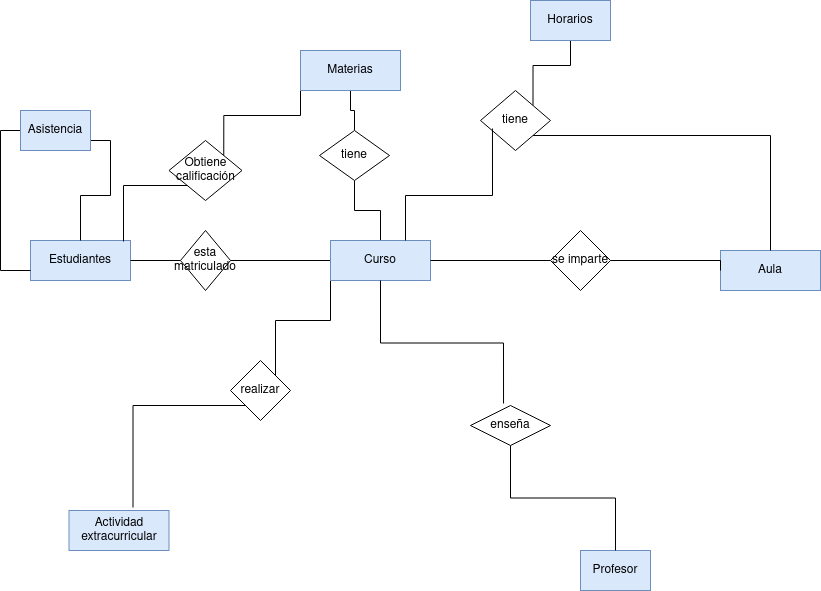
CRhernandez1/base-datos keeps this draw.io diagram as Unidad-1/Tareas/Tareas entregables - Tarea 1/Tarea entregable - 1.drawio.png. Above is the earlier version. Source tidied: cells renumbered, new cells last; positions are measured from the earlier drawing's top-left corner, leaving out a move shared by most shapes.
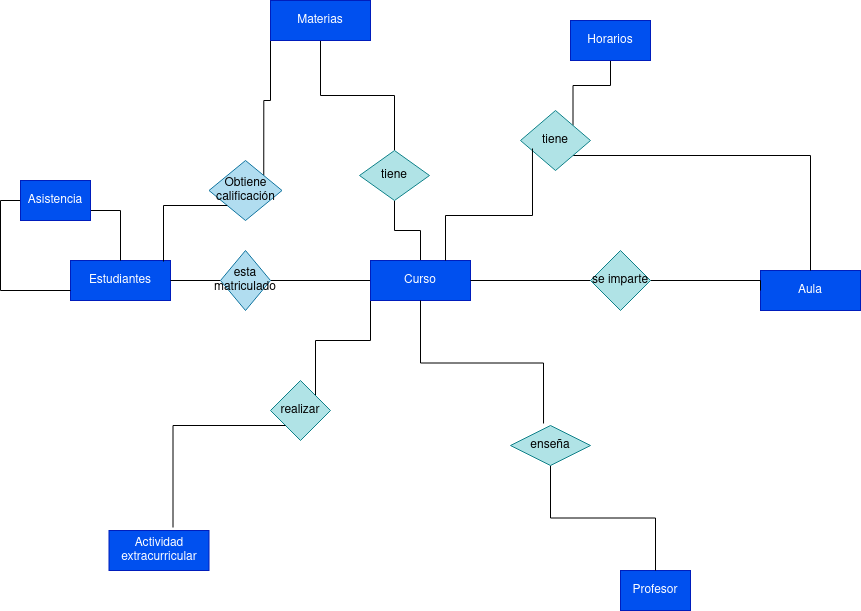
Above is the later version.

Diff of the diagram source:
```diff
@@ -11,40 +11,40 @@
     <mxCell id="4" style="edgeStyle=orthogonalEdgeStyle;rounded=0;jettySize=auto;html=1;exitX=0;exitY=1;exitDx=0;exitDy=0;entryX=1;entryY=0;entryDx=0;entryDy=0;endArrow=none;endFill=0;" parent="1" edge="1" source="5" target="30">
       <mxGeometry relative="1" as="geometry" />
     </mxCell>
-    <mxCell id="5" value="Curso" style="whiteSpace=wrap;html=1;align=center;fillColor=#dae8fc;strokeColor=#6c8ebf;" parent="1" vertex="1">
+    <mxCell id="5" value="Curso" style="whiteSpace=wrap;html=1;align=center;fillColor=#0050ef;strokeColor=#001DBC;fontColor=#ffffff;" parent="1" vertex="1">
       <mxGeometry x="310" y="240" width="100" height="40" as="geometry" />
     </mxCell>
-    <mxCell id="6" value="Estudiantes" style="whiteSpace=wrap;html=1;align=center;fillColor=#dae8fc;strokeColor=#6c8ebf;" parent="1" vertex="1">
+    <mxCell id="6" value="Estudiantes" style="whiteSpace=wrap;html=1;align=center;fillColor=#0050ef;strokeColor=#001DBC;fontColor=#ffffff;" parent="1" vertex="1">
       <mxGeometry x="10" y="240" width="100" height="40" as="geometry" />
     </mxCell>
     <mxCell id="7" style="edgeStyle=orthogonalEdgeStyle;rounded=0;jettySize=auto;html=1;exitX=0;exitY=0.5;exitDx=0;exitDy=0;entryX=1;entryY=0.5;entryDx=0;entryDy=0;endArrow=none;endFill=0;" parent="1" edge="1" source="8" target="6">
       <mxGeometry relative="1" as="geometry" />
     </mxCell>
-    <mxCell id="8" value="esta matriculado" style="shape=rhombus;perimeter=rhombusPerimeter;whiteSpace=wrap;html=1;align=center;" parent="1" vertex="1">
+    <mxCell id="8" value="esta matriculado" style="shape=rhombus;perimeter=rhombusPerimeter;whiteSpace=wrap;html=1;align=center;fillColor=#b1ddf0;strokeColor=#10739e;" parent="1" vertex="1">
       <mxGeometry x="160" y="230" width="50" height="60" as="geometry" />
     </mxCell>
-    <mxCell id="9" value="&lt;div&gt;Profesor&lt;/div&gt;" style="whiteSpace=wrap;html=1;align=center;fillColor=#dae8fc;strokeColor=#6c8ebf;" parent="1" vertex="1">
+    <mxCell id="9" value="&lt;div&gt;Profesor&lt;/div&gt;" style="whiteSpace=wrap;html=1;align=center;fillColor=#0050ef;strokeColor=#001DBC;fontColor=#ffffff;" parent="1" vertex="1">
       <mxGeometry x="560" y="550" width="70" height="40" as="geometry" />
     </mxCell>
     <mxCell id="10" style="edgeStyle=orthogonalEdgeStyle;rounded=0;jettySize=auto;html=1;exitX=0.5;exitY=1;exitDx=0;exitDy=0;entryX=0.5;entryY=0;entryDx=0;entryDy=0;endArrow=none;endFill=0;" parent="1" edge="1" source="11" target="9">
       <mxGeometry relative="1" as="geometry" />
     </mxCell>
-    <mxCell id="11" value="enseña" style="shape=rhombus;perimeter=rhombusPerimeter;whiteSpace=wrap;html=1;align=center;" parent="1" vertex="1">
+    <mxCell id="11" value="enseña" style="shape=rhombus;perimeter=rhombusPerimeter;whiteSpace=wrap;html=1;align=center;fillColor=#b0e3e6;strokeColor=#0e8088;" parent="1" vertex="1">
       <mxGeometry x="450" y="405" width="80" height="40" as="geometry" />
     </mxCell>
     <mxCell id="12" style="edgeStyle=orthogonalEdgeStyle;rounded=0;jettySize=auto;html=1;exitX=0.5;exitY=0;exitDx=0;exitDy=0;entryX=0.5;entryY=1;entryDx=0;entryDy=0;endArrow=none;endFill=0;" parent="1" edge="1" source="13" target="15">
       <mxGeometry relative="1" as="geometry" />
     </mxCell>
-    <mxCell id="13" value="tiene" style="shape=rhombus;perimeter=rhombusPerimeter;whiteSpace=wrap;html=1;align=center;" parent="1" vertex="1">
+    <mxCell id="13" value="tiene" style="shape=rhombus;perimeter=rhombusPerimeter;whiteSpace=wrap;html=1;align=center;fillColor=#b0e3e6;strokeColor=#0e8088;" parent="1" vertex="1">
       <mxGeometry x="299" y="130" width="70" height="50" as="geometry" />
     </mxCell>
     <mxCell id="14" style="edgeStyle=orthogonalEdgeStyle;rounded=0;jettySize=auto;html=1;exitX=0;exitY=1;exitDx=0;exitDy=0;entryX=1;entryY=0;entryDx=0;entryDy=0;endArrow=none;endFill=0;" parent="1" edge="1" source="15" target="32">
       <mxGeometry relative="1" as="geometry" />
     </mxCell>
-    <mxCell id="15" value="Materias" style="whiteSpace=wrap;html=1;align=center;fillColor=#dae8fc;strokeColor=#6c8ebf;" parent="1" vertex="1">
-      <mxGeometry x="280" y="50" width="100" height="40" as="geometry" />
+    <mxCell id="15" value="Materias" style="whiteSpace=wrap;html=1;align=center;fillColor=#0050ef;strokeColor=#001DBC;fontColor=#ffffff;" parent="1" vertex="1">
+      <mxGeometry x="210" y="-20" width="100" height="40" as="geometry" />
     </mxCell>
-    <mxCell id="16" value="Aula" style="whiteSpace=wrap;html=1;align=center;fillColor=#dae8fc;strokeColor=#6c8ebf;" parent="1" vertex="1">
+    <mxCell id="16" value="Aula" style="whiteSpace=wrap;html=1;align=center;fillColor=#0050ef;strokeColor=#001DBC;fontColor=#ffffff;" parent="1" vertex="1">
       <mxGeometry x="700" y="250" width="100" height="40" as="geometry" />
     </mxCell>
     <mxCell id="17" style="edgeStyle=orthogonalEdgeStyle;rounded=0;jettySize=auto;html=1;exitX=0;exitY=0.5;exitDx=0;exitDy=0;entryX=1;entryY=0.5;entryDx=0;entryDy=0;endArrow=none;endFill=0;" parent="1" edge="1" source="19" target="5">
@@ -57,7 +57,7 @@
         </Array>
       </mxGeometry>
     </mxCell>
-    <mxCell id="19" value="se imparte" style="shape=rhombus;perimeter=rhombusPerimeter;whiteSpace=wrap;html=1;align=center;" parent="1" vertex="1">
+    <mxCell id="19" value="se imparte" style="shape=rhombus;perimeter=rhombusPerimeter;whiteSpace=wrap;html=1;align=center;fillColor=#b0e3e6;strokeColor=#0e8088;" parent="1" vertex="1">
       <mxGeometry x="530" y="230" width="60" height="60" as="geometry" />
     </mxCell>
     <mxCell id="20" style="edgeStyle=orthogonalEdgeStyle;rounded=0;jettySize=auto;html=1;exitX=1;exitY=0;exitDx=0;exitDy=0;entryX=0.5;entryY=1;entryDx=0;entryDy=0;endArrow=none;endFill=0;" parent="1" edge="1" source="22" target="23">
@@ -66,10 +66,10 @@
     <mxCell id="21" style="edgeStyle=orthogonalEdgeStyle;rounded=0;jettySize=auto;html=1;exitX=1;exitY=1;exitDx=0;exitDy=0;entryX=0.5;entryY=0;entryDx=0;entryDy=0;endArrow=none;endFill=0;" parent="1" edge="1" source="22" target="16">
       <mxGeometry relative="1" as="geometry" />
     </mxCell>
-    <mxCell id="22" value="tiene" style="shape=rhombus;perimeter=rhombusPerimeter;whiteSpace=wrap;html=1;align=center;" parent="1" vertex="1">
+    <mxCell id="22" value="tiene" style="shape=rhombus;perimeter=rhombusPerimeter;whiteSpace=wrap;html=1;align=center;fillColor=#b0e3e6;strokeColor=#0e8088;" parent="1" vertex="1">
       <mxGeometry x="460" y="90" width="70" height="60" as="geometry" />
     </mxCell>
-    <mxCell id="23" value="Horarios" style="whiteSpace=wrap;html=1;align=center;fillColor=#dae8fc;strokeColor=#6c8ebf;" parent="1" vertex="1">
+    <mxCell id="23" value="Horarios" style="whiteSpace=wrap;html=1;align=center;fillColor=#0050ef;strokeColor=#001DBC;fontColor=#ffffff;" parent="1" vertex="1">
       <mxGeometry x="510" width="80" height="40" as="geometry" />
     </mxCell>
     <mxCell id="24" style="edgeStyle=orthogonalEdgeStyle;rounded=0;jettySize=auto;html=1;exitX=0.5;exitY=1;exitDx=0;exitDy=0;entryX=0.413;entryY=-0.05;entryDx=0;entryDy=0;entryPerimeter=0;endArrow=none;endFill=0;" parent="1" edge="1" source="5" target="11">
@@ -84,19 +84,19 @@
     <mxCell id="27" style="edgeStyle=orthogonalEdgeStyle;rounded=0;jettySize=auto;html=1;exitX=1;exitY=0.75;exitDx=0;exitDy=0;entryX=0.5;entryY=0;entryDx=0;entryDy=0;endArrow=none;endFill=0;" parent="1" edge="1" source="28" target="6">
       <mxGeometry relative="1" as="geometry" />
     </mxCell>
-    <mxCell id="28" value="Asistencia" style="whiteSpace=wrap;html=1;align=center;fillColor=#dae8fc;strokeColor=#6c8ebf;" parent="1" vertex="1">
-      <mxGeometry y="110" width="70" height="40" as="geometry" />
+    <mxCell id="28" value="Asistencia" style="whiteSpace=wrap;html=1;align=center;fillColor=#0050ef;strokeColor=#001DBC;fontColor=#ffffff;" parent="1" vertex="1">
+      <mxGeometry x="-40" y="160" width="70" height="40" as="geometry" />
     </mxCell>
-    <mxCell id="29" value="Actividad extracurricular" style="whiteSpace=wrap;html=1;align=center;fillColor=#dae8fc;strokeColor=#6c8ebf;" parent="1" vertex="1">
+    <mxCell id="29" value="Actividad extracurricular" style="whiteSpace=wrap;html=1;align=center;fillColor=#0050ef;strokeColor=#001DBC;fontColor=#ffffff;" parent="1" vertex="1">
       <mxGeometry x="48.5" y="510" width="100" height="40" as="geometry" />
     </mxCell>
-    <mxCell id="30" value="realizar" style="shape=rhombus;perimeter=rhombusPerimeter;whiteSpace=wrap;html=1;align=center;" parent="1" vertex="1">
+    <mxCell id="30" value="realizar" style="shape=rhombus;perimeter=rhombusPerimeter;whiteSpace=wrap;html=1;align=center;fillColor=#b0e3e6;strokeColor=#0e8088;" parent="1" vertex="1">
       <mxGeometry x="210" y="360" width="60" height="60" as="geometry" />
     </mxCell>
     <mxCell id="31" style="edgeStyle=orthogonalEdgeStyle;rounded=0;jettySize=auto;html=1;exitX=0;exitY=1;exitDx=0;exitDy=0;entryX=0.64;entryY=-0.075;entryDx=0;entryDy=0;entryPerimeter=0;endArrow=none;endFill=0;" parent="1" edge="1" source="30" target="29">
       <mxGeometry relative="1" as="geometry" />
     </mxCell>
-    <mxCell id="32" value="Obtiene calificación" style="shape=rhombus;perimeter=rhombusPerimeter;whiteSpace=wrap;html=1;align=center;" parent="1" vertex="1">
+    <mxCell id="32" value="Obtiene calificación" style="shape=rhombus;perimeter=rhombusPerimeter;whiteSpace=wrap;html=1;align=center;fillColor=#b1ddf0;strokeColor=#10739e;" parent="1" vertex="1">
       <mxGeometry x="148.5" y="140" width="73" height="60" as="geometry" />
     </mxCell>
     <mxCell id="33" style="edgeStyle=orthogonalEdgeStyle;rounded=0;jettySize=auto;html=1;exitX=0;exitY=1;exitDx=0;exitDy=0;entryX=0.93;entryY=0.025;entryDx=0;entryDy=0;entryPerimeter=0;endArrow=none;endFill=0;" parent="1" edge="1" source="32" target="6">
```
